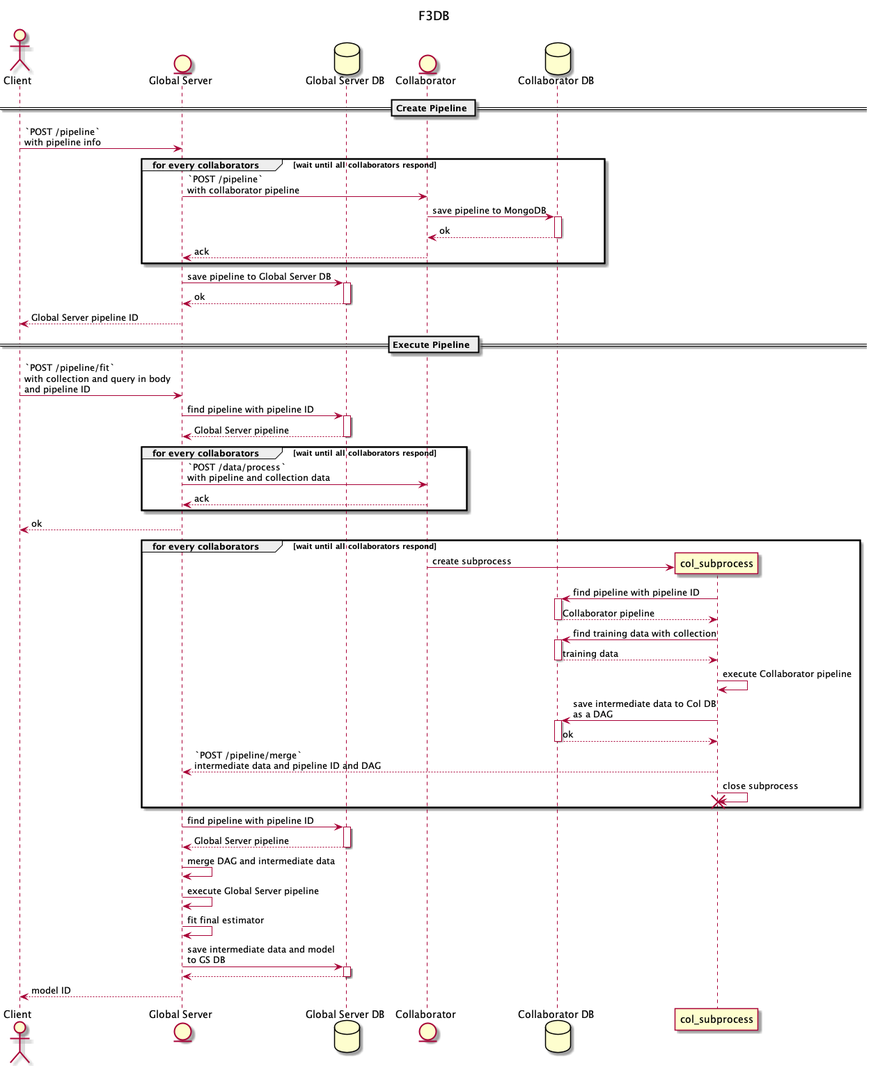
Before: F3DB.png, a diagram exported from PlantUML (disam8853/f3db).
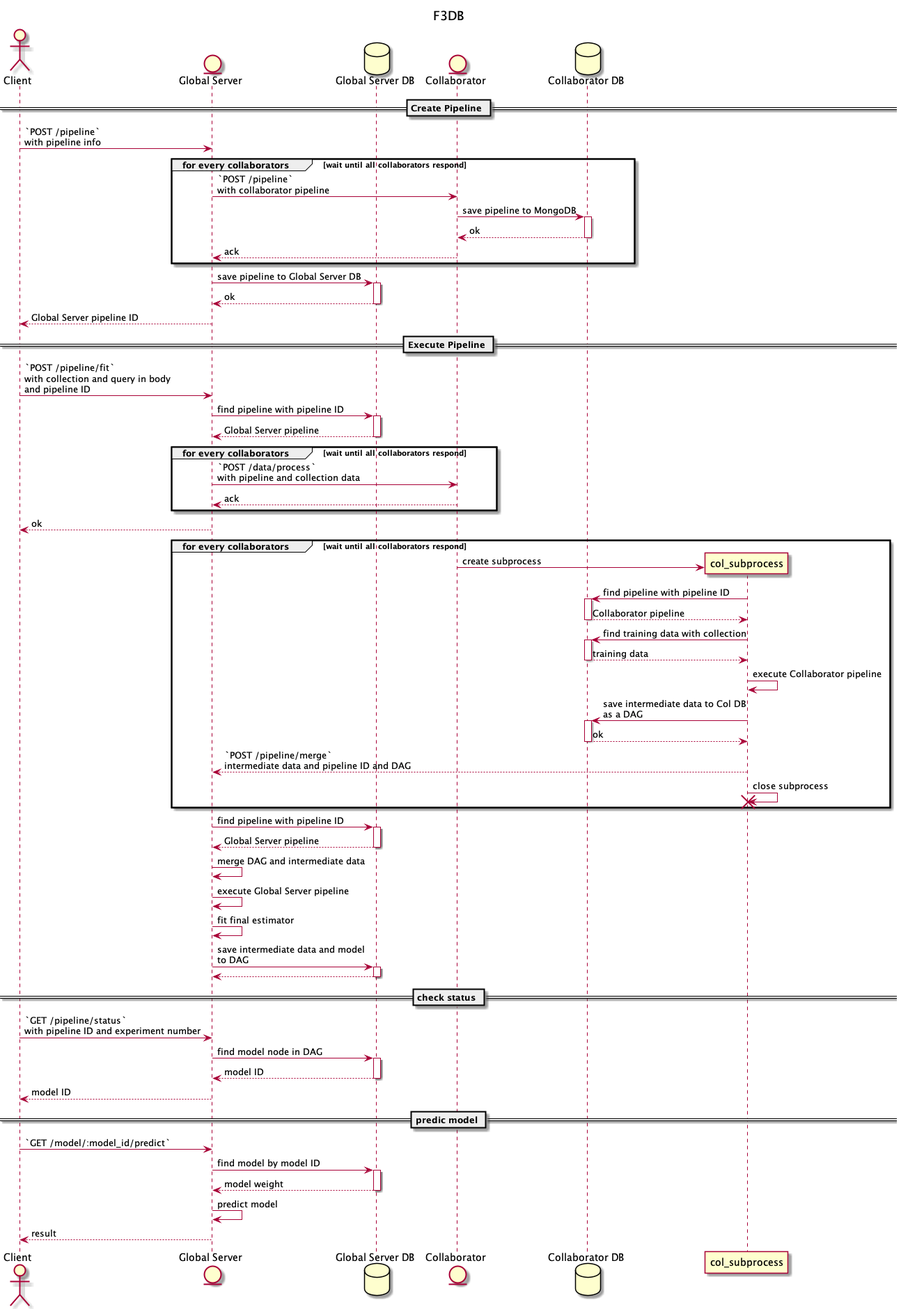
After the commit.

Commit message:
update sequence diagram

Diff of the diagram source:
```diff
@@ -50,8 +50,20 @@
 gs -> gs: merge DAG and intermediate data
 gs -> gs: execute Global Server pipeline
 gs -> gs: fit final estimator
-gs -> db_gs++: save intermediate data and model\nto GS DB
+gs -> db_gs++: save intermediate data and model\nto DAG
 return
+
+== check status ==
+c -> gs: `GET /pipeline/status`\nwith pipeline ID and experiment number
+gs -> db_gs ++: find model node in DAG
+return model ID
 gs --> c: model ID
 
+== predic model ==
+c -> gs: `GET /model/:model_id/predict`
+gs -> db_gs++: find model by model ID
+return model weight
+gs -> gs: predict model
+gs --> c: result
+
 @enduml
```
